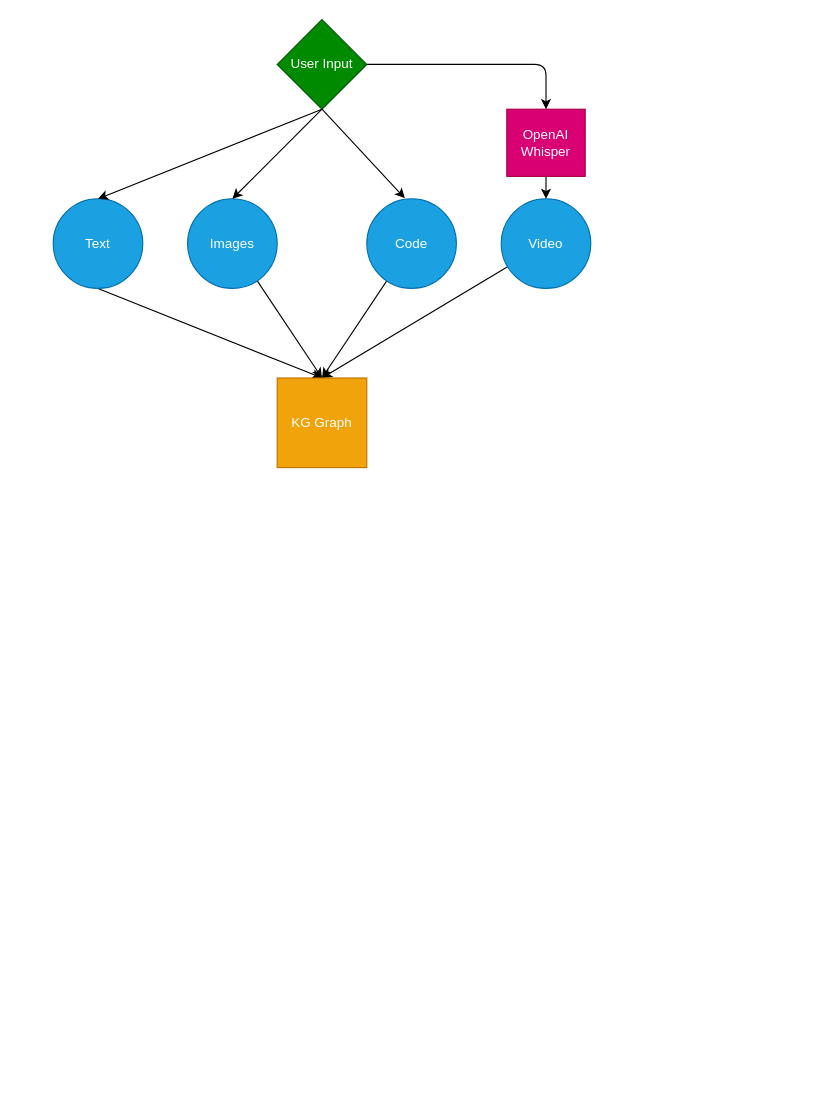
Above: server/scripts/analysis/workflow.drawio in DAMSlabUMBC/llm-scraper (draw.io), before the change. Source tidied: cells renumbered, new cells numbered last; positions are measured from the earlier drawing's top-left corner, leaving out a move shared by most shapes. Both pictures are drawn from the tidied source at 112%, with x=0, y=0 at pixel (53, 19).
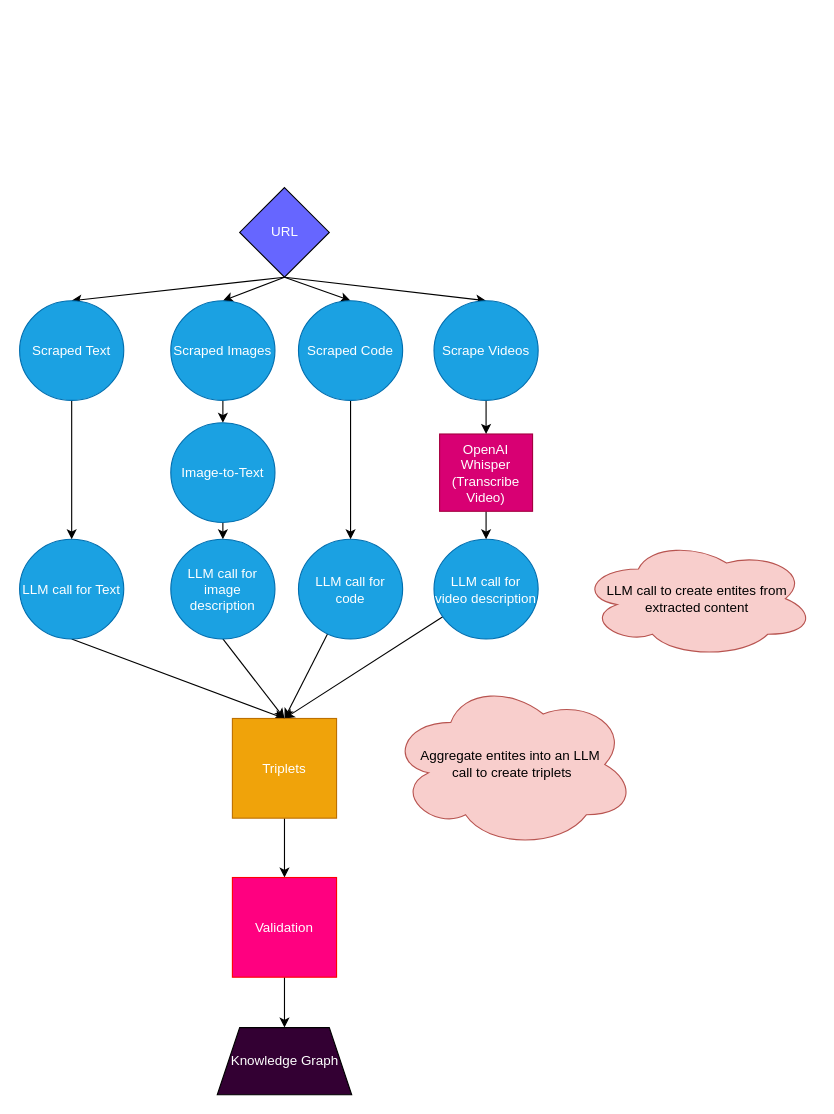
The same page after the edit.

What changed in the source:
```diff
@@
-    <mxCell id="2" value="User Input" style="rhombus;whiteSpace=wrap;html=1;fillColor=#008a00;fontColor=#ffffff;strokeColor=#005700;" parent="1" vertex="1">
-      <mxGeometry x="200" width="80" height="80" as="geometry" />
-    </mxCell>
@@
-    <mxCell id="4" value="Text" style="ellipse;whiteSpace=wrap;html=1;fillColor=#1ba1e2;fontColor=#ffffff;strokeColor=#006EAF;" parent="1" vertex="1">
-      <mxGeometry y="160" width="80" height="80" as="geometry" />
+    <mxCell id="4" value="LLM call for Text" style="ellipse;whiteSpace=wrap;html=1;fillColor=#1ba1e2;fontColor=#ffffff;strokeColor=#006EAF;" parent="1" vertex="1">
+      <mxGeometry x="-30" y="464" width="93" height="89" as="geometry" />
     </mxCell>
-    <mxCell id="5" style="edgeStyle=none;html=1;entryX=0.5;entryY=0;entryDx=0;entryDy=0;fontColor=#FFFFFF;" parent="1" edge="1" source="6" target="11">
-      <mxGeometry relative="1" as="geometry" />
-    </mxCell>
-    <mxCell id="6" value="Images" style="ellipse;whiteSpace=wrap;html=1;fillColor=#1ba1e2;fontColor=#ffffff;strokeColor=#006EAF;" parent="1" vertex="1">
-      <mxGeometry x="120" y="160" width="80" height="80" as="geometry" />
-    </mxCell>
@@
-    <mxCell id="8" value="Code" style="ellipse;whiteSpace=wrap;html=1;fillColor=#1ba1e2;fontColor=#ffffff;strokeColor=#006EAF;" parent="1" vertex="1">
-      <mxGeometry x="280" y="160" width="80" height="80" as="geometry" />
+    <mxCell id="8" value="LLM call for code" style="ellipse;whiteSpace=wrap;html=1;fillColor=#1ba1e2;fontColor=#ffffff;strokeColor=#006EAF;" parent="1" vertex="1">
+      <mxGeometry x="219" y="464" width="93" height="89" as="geometry" />
     </mxCell>
@@
-    <mxCell id="10" value="Video" style="ellipse;whiteSpace=wrap;html=1;fillColor=#1ba1e2;fontColor=#ffffff;strokeColor=#006EAF;" parent="1" vertex="1">
-      <mxGeometry x="400" y="160" width="80" height="80" as="geometry" />
+    <mxCell id="10" value="LLM call for video description" style="ellipse;whiteSpace=wrap;html=1;fillColor=#1ba1e2;fontColor=#ffffff;strokeColor=#006EAF;" parent="1" vertex="1">
+      <mxGeometry x="340" y="464" width="93" height="89" as="geometry" />
     </mxCell>
+    <mxCell id="18" style="edgeStyle=none;html=1;exitX=0.5;exitY=1;exitDx=0;exitDy=0;entryX=0.5;entryY=0;entryDx=0;entryDy=0;" parent="1" edge="1" source="11" target="39">
+      <mxGeometry relative="1" as="geometry" />
+    </mxCell>
-    <mxCell id="11" value="&lt;font color=&quot;#ffffff&quot;&gt;KG Graph&lt;/font&gt;" style="whiteSpace=wrap;html=1;fillColor=#f0a30a;fontColor=#000000;strokeColor=#BD7000;" parent="1" vertex="1">
-      <mxGeometry x="200" y="320" width="80" height="80" as="geometry" />
+    <mxCell id="11" value="&lt;font color=&quot;#ffffff&quot;&gt;Triplets&lt;/font&gt;" style="whiteSpace=wrap;html=1;fillColor=#f0a30a;fontColor=#000000;strokeColor=#BD7000;" parent="1" vertex="1">
+      <mxGeometry x="160" y="624" width="93" height="89" as="geometry" />
     </mxCell>
@@
-    <mxCell id="13" value="OpenAI Whisper" style="rounded=0;whiteSpace=wrap;html=1;fontColor=#ffffff;fillColor=#d80073;strokeColor=#A50040;" parent="1" vertex="1">
-      <mxGeometry x="405" y="80" width="70" height="60" as="geometry" />
+    <mxCell id="13" value="OpenAI Whisper&lt;br&gt;(Transcribe Video)" style="rounded=0;whiteSpace=wrap;html=1;fontColor=#ffffff;fillColor=#d80073;strokeColor=#A50040;" parent="1" vertex="1">
+      <mxGeometry x="345" y="370" width="83" height="69" as="geometry" />
     </mxCell>
-    <mxCell id="14" style="endArrow=classic;html=1;fontColor=#FFFFFF;exitX=0.5;exitY=1;exitDx=0;exitDy=0;" parent="1" edge="1" source="2">
-      <mxGeometry relative="1" as="geometry">
-        <mxPoint x="40" y="160" as="targetPoint" />
-      </mxGeometry>
-    </mxCell>
-    <mxCell id="15" style="endArrow=classic;html=1;fontColor=#FFFFFF;entryX=0.5;entryY=0;entryDx=0;entryDy=0;exitX=1;exitY=0.5;exitDx=0;exitDy=0;" parent="1" edge="1" source="2" target="13">
-      <mxGeometry relative="1" as="geometry">
-        <Array as="points">
-          <mxPoint x="440" y="40" />
-        </Array>
-      </mxGeometry>
-    </mxCell>
-    <mxCell id="16" style="endArrow=classic;html=1;fontColor=#FFFFFF;entryX=0.5;entryY=0;entryDx=0;entryDy=0;" parent="1" edge="1" target="6">
-      <mxGeometry relative="1" as="geometry">
-        <mxPoint x="240" y="80" as="sourcePoint" />
-      </mxGeometry>
-    </mxCell>
-    <mxCell id="17" style="endArrow=classic;html=1;fontColor=#FFFFFF;entryX=0.425;entryY=-0.006;entryDx=0;entryDy=0;exitX=0.5;exitY=1;exitDx=0;exitDy=0;entryPerimeter=0;" parent="1" edge="1" source="2" target="8">
-      <mxGeometry relative="1" as="geometry" />
-    </mxCell>
+    <mxCell id="19" style="edgeStyle=none;html=1;exitX=0.5;exitY=1;exitDx=0;exitDy=0;entryX=0.5;entryY=0;entryDx=0;entryDy=0;" parent="1" edge="1" source="23" target="25">
+      <mxGeometry relative="1" as="geometry" />
+    </mxCell>
+    <mxCell id="20" style="edgeStyle=none;html=1;exitX=0.5;exitY=1;exitDx=0;exitDy=0;entryX=0.5;entryY=0;entryDx=0;entryDy=0;" parent="1" edge="1" source="23" target="27">
+      <mxGeometry relative="1" as="geometry" />
+    </mxCell>
+    <mxCell id="21" style="edgeStyle=none;html=1;exitX=0.5;exitY=1;exitDx=0;exitDy=0;entryX=0.5;entryY=0;entryDx=0;entryDy=0;" parent="1" edge="1" source="23" target="29">
+      <mxGeometry relative="1" as="geometry" />
+    </mxCell>
+    <mxCell id="22" style="edgeStyle=none;html=1;exitX=0.5;exitY=1;exitDx=0;exitDy=0;entryX=0.5;entryY=0;entryDx=0;entryDy=0;" parent="1" edge="1" source="23" target="31">
+      <mxGeometry relative="1" as="geometry" />
+    </mxCell>
+    <mxCell id="23" value="&lt;font style=&quot;color: rgb(255, 255, 255);&quot;&gt;URL&lt;/font&gt;" style="rhombus;whiteSpace=wrap;html=1;fillColor=#6666FF;" parent="1" vertex="1">
+      <mxGeometry x="166.5" y="150" width="80" height="80" as="geometry" />
+    </mxCell>
+    <mxCell id="24" style="edgeStyle=none;html=1;exitX=0.5;exitY=1;exitDx=0;exitDy=0;entryX=0.5;entryY=0;entryDx=0;entryDy=0;" parent="1" edge="1" source="25" target="4">
+      <mxGeometry relative="1" as="geometry" />
+    </mxCell>
+    <mxCell id="25" value="Scraped Text" style="ellipse;whiteSpace=wrap;html=1;fillColor=#1ba1e2;fontColor=#ffffff;strokeColor=#006EAF;" parent="1" vertex="1">
+      <mxGeometry x="-30" y="251" width="93" height="89" as="geometry" />
+    </mxCell>
+    <mxCell id="26" style="edgeStyle=none;html=1;exitX=0.5;exitY=1;exitDx=0;exitDy=0;entryX=0.5;entryY=0;entryDx=0;entryDy=0;" parent="1" edge="1" source="27" target="33">
+      <mxGeometry relative="1" as="geometry" />
+    </mxCell>
+    <mxCell id="27" value="Scraped Images" style="ellipse;whiteSpace=wrap;html=1;fillColor=#1ba1e2;fontColor=#ffffff;strokeColor=#006EAF;" parent="1" vertex="1">
+      <mxGeometry x="105" y="251" width="93" height="89" as="geometry" />
+    </mxCell>
+    <mxCell id="28" style="edgeStyle=none;html=1;exitX=0.5;exitY=1;exitDx=0;exitDy=0;entryX=0.5;entryY=0;entryDx=0;entryDy=0;" parent="1" edge="1" source="29" target="8">
+      <mxGeometry relative="1" as="geometry" />
+    </mxCell>
+    <mxCell id="29" value="Scraped Code" style="ellipse;whiteSpace=wrap;html=1;fillColor=#1ba1e2;fontColor=#ffffff;strokeColor=#006EAF;" parent="1" vertex="1">
+      <mxGeometry x="219" y="251" width="93" height="89" as="geometry" />
+    </mxCell>
+    <mxCell id="30" style="edgeStyle=none;html=1;exitX=0.5;exitY=1;exitDx=0;exitDy=0;entryX=0.5;entryY=0;entryDx=0;entryDy=0;" parent="1" edge="1" source="31" target="13">
+      <mxGeometry relative="1" as="geometry" />
+    </mxCell>
+    <mxCell id="31" value="Scrape Videos" style="ellipse;whiteSpace=wrap;html=1;fillColor=#1ba1e2;fontColor=#ffffff;strokeColor=#006EAF;" parent="1" vertex="1">
+      <mxGeometry x="340" y="251" width="93" height="89" as="geometry" />
+    </mxCell>
+    <mxCell id="32" style="edgeStyle=none;html=1;exitX=0.5;exitY=1;exitDx=0;exitDy=0;entryX=0.5;entryY=0;entryDx=0;entryDy=0;" parent="1" edge="1" source="33" target="35">
+      <mxGeometry relative="1" as="geometry" />
+    </mxCell>
+    <mxCell id="33" value="Image-to-Text" style="ellipse;whiteSpace=wrap;html=1;fillColor=#1ba1e2;fontColor=#ffffff;strokeColor=#006EAF;" parent="1" vertex="1">
+      <mxGeometry x="105" y="360" width="93" height="89" as="geometry" />
+    </mxCell>
+    <mxCell id="34" style="edgeStyle=none;html=1;exitX=0.5;exitY=1;exitDx=0;exitDy=0;entryX=0.5;entryY=0;entryDx=0;entryDy=0;" parent="1" edge="1" source="35" target="11">
+      <mxGeometry relative="1" as="geometry" />
+    </mxCell>
+    <mxCell id="35" value="LLM call for image description" style="ellipse;whiteSpace=wrap;html=1;fillColor=#1ba1e2;fontColor=#ffffff;strokeColor=#006EAF;" parent="1" vertex="1">
+      <mxGeometry x="105" y="464" width="93" height="89" as="geometry" />
+    </mxCell>
+    <mxCell id="36" value="LLM call to create entites from extracted content" style="ellipse;shape=cloud;whiteSpace=wrap;html=1;fillColor=#f8cecc;strokeColor=#b85450;" parent="1" vertex="1">
+      <mxGeometry x="470" y="464" width="210" height="106" as="geometry" />
+    </mxCell>
+    <mxCell id="37" value="Aggregate entites into an LLM&amp;nbsp;&lt;div&gt;call&amp;nbsp;&lt;span style=&quot;background-color: transparent;&quot;&gt;to create triplets&lt;/span&gt;&lt;/div&gt;" style="ellipse;shape=cloud;whiteSpace=wrap;html=1;fillColor=#f8cecc;strokeColor=#b85450;" parent="1" vertex="1">
+      <mxGeometry x="300" y="590" width="220" height="150" as="geometry" />
+    </mxCell>
+    <mxCell id="38" style="edgeStyle=none;html=1;exitX=0.5;exitY=1;exitDx=0;exitDy=0;entryX=0.5;entryY=0;entryDx=0;entryDy=0;" parent="1" edge="1" source="39" target="40">
+      <mxGeometry relative="1" as="geometry" />
+    </mxCell>
+    <mxCell id="39" value="&lt;font color=&quot;#ffffff&quot;&gt;Validation&lt;/font&gt;" style="whiteSpace=wrap;html=1;fillColor=#FF0080;strokeColor=#FF0000;" parent="1" vertex="1">
+      <mxGeometry x="160" y="766" width="93" height="89" as="geometry" />
+    </mxCell>
+    <mxCell id="40" value="&lt;font style=&quot;color: rgb(255, 255, 255);&quot;&gt;Knowledge Graph&lt;/font&gt;" style="shape=trapezoid;perimeter=trapezoidPerimeter;whiteSpace=wrap;html=1;fixedSize=1;fillColor=#330033;" parent="1" vertex="1">
+      <mxGeometry x="146.5" y="900" width="120" height="60" as="geometry" />
+    </mxCell>
```
